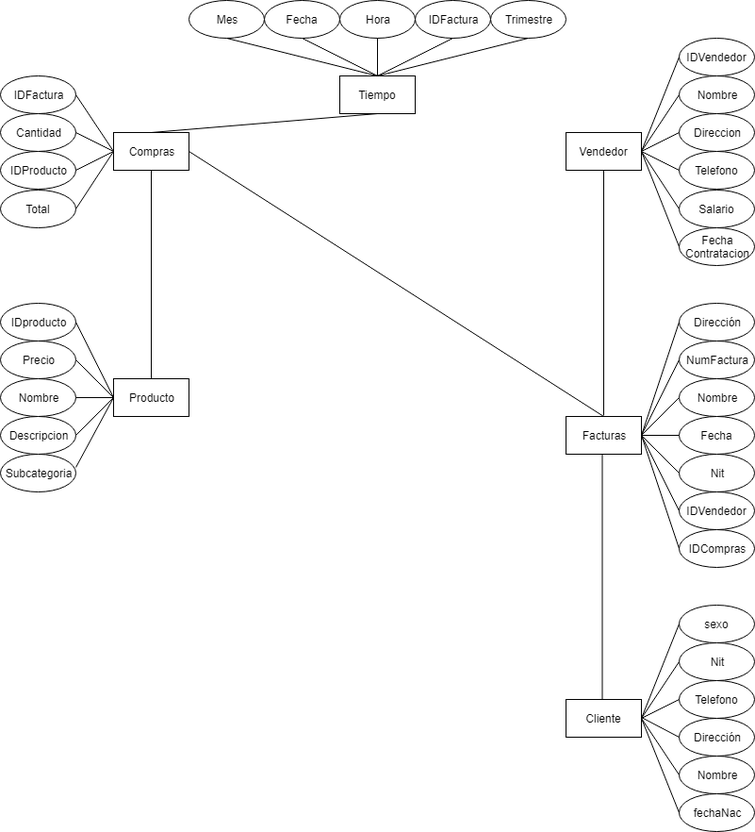
This is Diseño de base de datos.png from estebancabreraa/Proyecto2BD, a draw.io export, as it was before one commit. Source tidied: cells renumbered, new cells last; positions are measured from the earlier drawing's top-left corner, leaving out a move shared by most shapes.
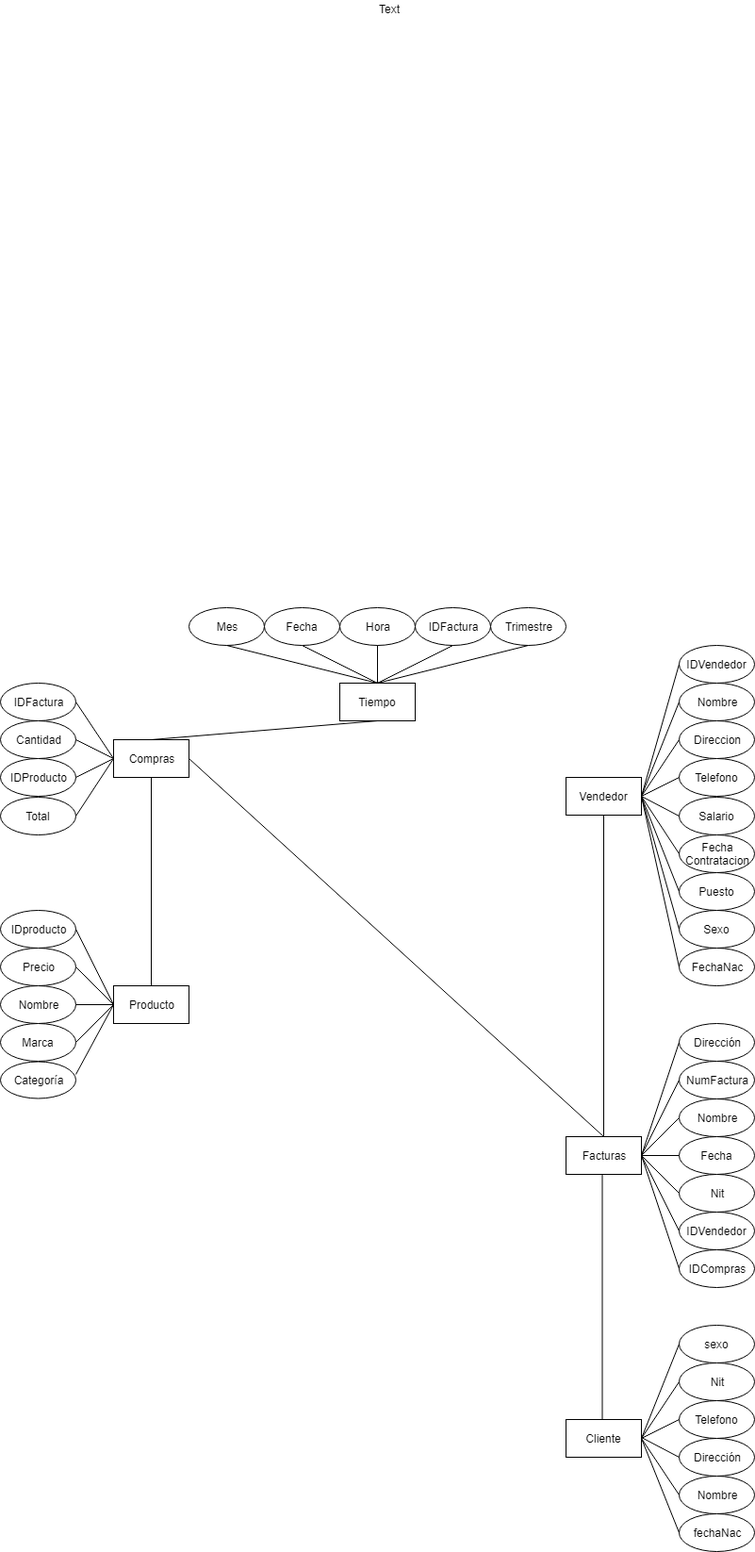
After the commit.

Commit message:
Diseño de base de datos

The edit, as a diff of the source:
```diff
@@ -3,52 +3,52 @@
     <mxCell id="0" />
     <mxCell id="1" parent="0" />
     <mxCell id="2" value="Facturas" style="rounded=0;whiteSpace=wrap;html=1;" parent="1" vertex="1">
-      <mxGeometry x="600" y="441" width="80" height="40" as="geometry" />
+      <mxGeometry x="600" y="561" width="80" height="40" as="geometry" />
     </mxCell>
     <mxCell id="3" value="NumFactura" style="ellipse;whiteSpace=wrap;html=1;" parent="1" vertex="1">
-      <mxGeometry x="720" y="361" width="80" height="40" as="geometry" />
+      <mxGeometry x="720" y="481" width="80" height="40" as="geometry" />
     </mxCell>
     <mxCell id="4" value="Fecha&lt;br&gt;Contratacion" style="ellipse;whiteSpace=wrap;html=1;" parent="1" vertex="1">
       <mxGeometry x="720" y="240.5" width="80" height="40" as="geometry" />
     </mxCell>
     <mxCell id="5" value="Nombre&lt;br&gt;" style="ellipse;whiteSpace=wrap;html=1;" parent="1" vertex="1">
-      <mxGeometry x="720" y="401" width="80" height="40" as="geometry" />
+      <mxGeometry x="720" y="521" width="80" height="40" as="geometry" />
     </mxCell>
     <mxCell id="6" value="Fecha" style="ellipse;whiteSpace=wrap;html=1;" parent="1" vertex="1">
-      <mxGeometry x="720" y="441" width="80" height="40" as="geometry" />
+      <mxGeometry x="720" y="561" width="80" height="40" as="geometry" />
     </mxCell>
     <mxCell id="7" value="Nit" style="ellipse;whiteSpace=wrap;html=1;" parent="1" vertex="1">
-      <mxGeometry x="720" y="481" width="80" height="40" as="geometry" />
+      <mxGeometry x="720" y="601" width="80" height="40" as="geometry" />
     </mxCell>
     <mxCell id="8" value="IDVendedor" style="ellipse;whiteSpace=wrap;html=1;" parent="1" vertex="1">
-      <mxGeometry x="720" y="521" width="80" height="40" as="geometry" />
+      <mxGeometry x="720" y="641" width="80" height="40" as="geometry" />
     </mxCell>
     <mxCell id="9" value="IDCompras" style="ellipse;whiteSpace=wrap;html=1;" parent="1" vertex="1">
-      <mxGeometry x="720" y="561" width="80" height="40" as="geometry" />
+      <mxGeometry x="720" y="681" width="80" height="40" as="geometry" />
     </mxCell>
     <mxCell id="10" value="Dirección&lt;br&gt;" style="ellipse;whiteSpace=wrap;html=1;" parent="1" vertex="1">
-      <mxGeometry x="720" y="321" width="80" height="40" as="geometry" />
+      <mxGeometry x="720" y="441" width="80" height="40" as="geometry" />
     </mxCell>
     <mxCell id="11" value="Cliente" style="rounded=0;whiteSpace=wrap;html=1;" parent="1" vertex="1">
-      <mxGeometry x="600" y="741" width="80" height="40" as="geometry" />
+      <mxGeometry x="600" y="861" width="80" height="40" as="geometry" />
     </mxCell>
     <mxCell id="12" value="Nit" style="ellipse;whiteSpace=wrap;html=1;" parent="1" vertex="1">
-      <mxGeometry x="720" y="681" width="80" height="40" as="geometry" />
+      <mxGeometry x="720" y="801" width="80" height="40" as="geometry" />
     </mxCell>
     <mxCell id="13" value="Telefono&lt;br&gt;" style="ellipse;whiteSpace=wrap;html=1;" parent="1" vertex="1">
-      <mxGeometry x="720" y="721" width="80" height="40" as="geometry" />
+      <mxGeometry x="720" y="841" width="80" height="40" as="geometry" />
     </mxCell>
     <mxCell id="14" value="Dirección" style="ellipse;whiteSpace=wrap;html=1;" parent="1" vertex="1">
-      <mxGeometry x="720" y="761" width="80" height="40" as="geometry" />
+      <mxGeometry x="720" y="881" width="80" height="40" as="geometry" />
     </mxCell>
     <mxCell id="15" value="Nombre" style="ellipse;whiteSpace=wrap;html=1;" parent="1" vertex="1">
-      <mxGeometry x="720" y="801" width="80" height="40" as="geometry" />
+      <mxGeometry x="720" y="921" width="80" height="40" as="geometry" />
     </mxCell>
     <mxCell id="16" value="Vendedor" style="rounded=0;whiteSpace=wrap;html=1;" parent="1" vertex="1">
-      <mxGeometry x="600" y="140" width="80" height="40" as="geometry" />
+      <mxGeometry x="600" y="180" width="80" height="40" as="geometry" />
     </mxCell>
-    <mxCell id="17" value="Subcategoria" style="ellipse;whiteSpace=wrap;html=1;" parent="1" vertex="1">
-      <mxGeometry y="481" width="80" height="40" as="geometry" />
+    <mxCell id="17" value="Categoría" style="ellipse;whiteSpace=wrap;html=1;" parent="1" vertex="1">
+      <mxGeometry y="481" width="80" height="39" as="geometry" />
     </mxCell>
     <mxCell id="18" value="Salario" style="ellipse;whiteSpace=wrap;html=1;" parent="1" vertex="1">
       <mxGeometry x="720" y="200.5" width="80" height="40" as="geometry" />
@@ -65,15 +65,13 @@
     <mxCell id="22" value="IDVendedor" style="ellipse;whiteSpace=wrap;html=1;" parent="1" vertex="1">
       <mxGeometry x="720" y="40" width="80" height="40" as="geometry" />
     </mxCell>
-    <mxCell id="23" style="endArrow=none;html=1;entryX=0.5;entryY=1;entryDx=0;entryDy=0;" parent="1" edge="1" target="16">
-      <mxGeometry relative="1" as="geometry">
-        <mxPoint x="640" y="440" as="sourcePoint" />
-      </mxGeometry>
+    <mxCell id="23" style="endArrow=none;html=1;entryX=0.5;entryY=1;entryDx=0;entryDy=0;exitX=0.5;exitY=0;exitDx=0;exitDy=0;" parent="1" edge="1" source="2" target="16">
+      <mxGeometry relative="1" as="geometry" />
     </mxCell>
     <mxCell id="24" style="endArrow=none;html=1;entryX=0.5;entryY=1;entryDx=0;entryDy=0;" parent="1" edge="1">
       <mxGeometry relative="1" as="geometry">
-        <mxPoint x="638.5" y="741.5" as="sourcePoint" />
-        <mxPoint x="638.5" y="481.2" as="targetPoint" />
+        <mxPoint x="638.5" y="861.5" as="sourcePoint" />
+        <mxPoint x="638.5" y="601.2" as="targetPoint" />
       </mxGeometry>
     </mxCell>
     <mxCell id="25" value="Compras" style="rounded=0;whiteSpace=wrap;html=1;" parent="1" vertex="1">
@@ -106,7 +104,7 @@
     <mxCell id="34" value="Nombre" style="ellipse;whiteSpace=wrap;html=1;" parent="1" vertex="1">
       <mxGeometry y="400.5" width="80" height="40" as="geometry" />
     </mxCell>
-    <mxCell id="35" value="Descripcion" style="ellipse;whiteSpace=wrap;html=1;" parent="1" vertex="1">
+    <mxCell id="35" value="Marca" style="ellipse;whiteSpace=wrap;html=1;" parent="1" vertex="1">
       <mxGeometry y="441" width="80" height="40" as="geometry" />
     </mxCell>
     <mxCell id="36" style="endArrow=none;html=1;entryX=0.5;entryY=1;entryDx=0;entryDy=0;exitX=0.5;exitY=0;exitDx=0;exitDy=0;" parent="1" edge="1" source="31" target="25">
@@ -117,7 +115,7 @@
     </mxCell>
     <mxCell id="38" style="endArrow=none;html=1;entryX=0;entryY=0.5;entryDx=0;entryDy=0;" parent="1" edge="1" target="14">
       <mxGeometry relative="1" as="geometry">
-        <mxPoint x="680" y="760" as="sourcePoint" />
+        <mxPoint x="680" y="880" as="sourcePoint" />
       </mxGeometry>
     </mxCell>
     <mxCell id="39" style="endArrow=none;html=1;entryX=0;entryY=0.5;entryDx=0;entryDy=0;exitX=1;exitY=0.5;exitDx=0;exitDy=0;" parent="1" edge="1" source="11" target="15">
@@ -193,10 +191,10 @@
       <mxGeometry relative="1" as="geometry" />
     </mxCell>
     <mxCell id="63" value="sexo" style="ellipse;whiteSpace=wrap;html=1;" parent="1" vertex="1">
-      <mxGeometry x="720" y="641" width="80" height="40" as="geometry" />
+      <mxGeometry x="720" y="761" width="80" height="40" as="geometry" />
     </mxCell>
     <mxCell id="64" value="fechaNac" style="ellipse;whiteSpace=wrap;html=1;" parent="1" vertex="1">
-      <mxGeometry x="720" y="841" width="80" height="40" as="geometry" />
+      <mxGeometry x="720" y="961" width="80" height="40" as="geometry" />
     </mxCell>
     <mxCell id="65" style="endArrow=none;html=1;entryX=0;entryY=0.5;entryDx=0;entryDy=0;exitX=1;exitY=0.5;exitDx=0;exitDy=0;" parent="1" edge="1" source="11" target="64">
       <mxGeometry relative="1" as="geometry" />
@@ -245,5 +243,26 @@
     <mxCell id="79" style="endArrow=none;html=1;entryX=0.5;entryY=0;entryDx=0;entryDy=0;exitX=0.5;exitY=1;exitDx=0;exitDy=0;" parent="1" edge="1" source="77" target="68">
       <mxGeometry relative="1" as="geometry" />
     </mxCell>
+    <mxCell id="80" value="Text" style="text;html=1;align=left;verticalAlign=top;spacingTop=-4;" parent="1" vertex="1">
+      <mxGeometry x="400" y="-644" width="40" height="20" as="geometry" />
+    </mxCell>
+    <mxCell id="81" value="Puesto" style="ellipse;whiteSpace=wrap;html=1;" parent="1" vertex="1">
+      <mxGeometry x="720" y="281" width="80" height="40" as="geometry" />
+    </mxCell>
+    <mxCell id="82" value="Sexo" style="ellipse;whiteSpace=wrap;html=1;" parent="1" vertex="1">
+      <mxGeometry x="720" y="320.5" width="80" height="40" as="geometry" />
+    </mxCell>
+    <mxCell id="83" value="FechaNac" style="ellipse;whiteSpace=wrap;html=1;" parent="1" vertex="1">
+      <mxGeometry x="720" y="360.5" width="80" height="40" as="geometry" />
+    </mxCell>
+    <mxCell id="84" style="endArrow=none;html=1;exitX=1;exitY=0.5;exitDx=0;exitDy=0;entryX=0;entryY=0.5;entryDx=0;entryDy=0;" parent="1" edge="1" source="16" target="81">
+      <mxGeometry relative="1" as="geometry" />
+    </mxCell>
+    <mxCell id="85" style="endArrow=none;html=1;exitX=1;exitY=0.5;exitDx=0;exitDy=0;entryX=0;entryY=0.5;entryDx=0;entryDy=0;" parent="1" edge="1" source="16" target="82">
+      <mxGeometry relative="1" as="geometry" />
+    </mxCell>
+    <mxCell id="86" style="endArrow=none;html=1;exitX=1;exitY=0.5;exitDx=0;exitDy=0;entryX=0;entryY=0.5;entryDx=0;entryDy=0;" parent="1" edge="1" source="16" target="83">
+      <mxGeometry relative="1" as="geometry" />
+    </mxCell>
   </root>
 </mxGraphModel>
```
